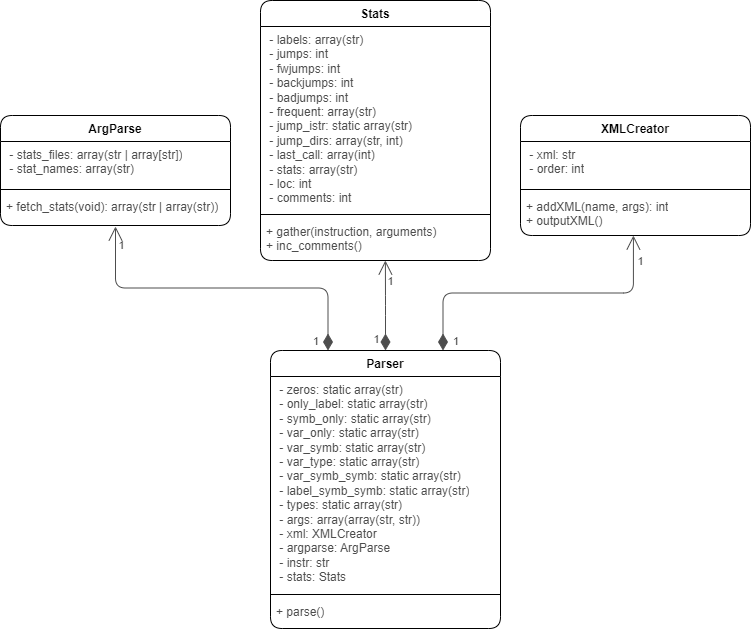
Above: img/IPP1_UML.drawio.png in jkalend/VUT-IPP (draw.io), before the change. Source tidied: cells renumbered, new cells last; positions are measured from the earlier drawing's top-left corner, leaving out a move shared by most shapes. Its diagram source:
```xml
<mxGraphModel>
  <root>
    <mxCell id="0" />
    <mxCell id="1" parent="0" />
    <mxCell id="2" value="ArgParse" style="swimlane;fontStyle=1;align=center;verticalAlign=top;horizontal=1;startSize=26;whiteSpace=wrap;html=1;rounded=1;" parent="1" vertex="1">
      <mxGeometry y="115" width="230" height="110" as="geometry" />
    </mxCell>
    <mxCell id="3" value="&amp;nbsp;- stats_files: array(str | array[str])&lt;br&gt;&amp;nbsp;- stat_names&lt;span style=&quot;background-color: initial;&quot;&gt;: array(str)&lt;/span&gt;" style="text;strokeColor=none;fillColor=none;align=left;verticalAlign=top;spacingLeft=4;spacingRight=4;overflow=hidden;whiteSpace=wrap;html=1;fontColor=#4D4D4D;rounded=1;" parent="2" vertex="1">
      <mxGeometry y="26" width="230" height="44" as="geometry" />
    </mxCell>
    <mxCell id="4" style="line;strokeWidth=1;fillColor=none;align=left;verticalAlign=middle;spacingTop=-1;spacingLeft=3;spacingRight=3;labelPosition=right;strokeColor=inherit;rounded=1;" parent="2" vertex="1">
      <mxGeometry y="70" width="230" height="8" as="geometry" />
    </mxCell>
    <mxCell id="5" value="+ fetch_stats(void): array(str | array(str))" style="text;strokeColor=none;fillColor=none;align=left;verticalAlign=top;spacingLeft=4;spacingRight=4;overflow=hidden;points=[[0,0.5],[1,0.5]];portConstraint=eastwest;whiteSpace=wrap;html=1;fontColor=#4D4D4D;rounded=1;" parent="2" vertex="1">
      <mxGeometry y="78" width="230" height="32" as="geometry" />
    </mxCell>
    <mxCell id="6" value="XMLCreator" style="swimlane;fontStyle=1;align=center;verticalAlign=top;horizontal=1;startSize=26;whiteSpace=wrap;html=1;rounded=1;" parent="1" vertex="1">
      <mxGeometry x="520" y="115" width="230" height="120" as="geometry" />
    </mxCell>
    <mxCell id="7" value="&amp;nbsp;- xml: str&lt;br&gt;&amp;nbsp;- order&lt;span style=&quot;background-color: initial;&quot;&gt;: int&lt;/span&gt;" style="text;strokeColor=none;fillColor=none;align=left;verticalAlign=top;spacingLeft=4;spacingRight=4;overflow=hidden;whiteSpace=wrap;html=1;fontColor=#4D4D4D;rounded=1;" parent="6" vertex="1">
      <mxGeometry y="26" width="230" height="44" as="geometry" />
    </mxCell>
    <mxCell id="8" style="line;strokeWidth=1;fillColor=none;align=left;verticalAlign=middle;spacingTop=-1;spacingLeft=3;spacingRight=3;labelPosition=right;strokeColor=inherit;rounded=1;" parent="6" vertex="1">
      <mxGeometry y="70" width="230" height="8" as="geometry" />
    </mxCell>
    <mxCell id="9" value="+ addXML(name, args): int&lt;br&gt;+ outputXML()" style="text;strokeColor=none;fillColor=none;align=left;verticalAlign=top;spacingLeft=4;spacingRight=4;overflow=hidden;points=[[0,0.5],[1,0.5]];portConstraint=eastwest;whiteSpace=wrap;html=1;fontColor=#4D4D4D;rounded=1;" parent="6" vertex="1">
      <mxGeometry y="78" width="230" height="42" as="geometry" />
    </mxCell>
    <mxCell id="10" value="Stats" style="swimlane;fontStyle=1;align=center;verticalAlign=top;horizontal=1;startSize=26;whiteSpace=wrap;html=1;rounded=1;" parent="1" vertex="1">
      <mxGeometry x="260" width="230" height="260" as="geometry" />
    </mxCell>
    <mxCell id="11" value="&amp;nbsp;- labels: array(str)&lt;br&gt;&amp;nbsp;- jumps&lt;span style=&quot;background-color: initial;&quot;&gt;: int&lt;br&gt;&amp;nbsp;- fwjumps: int&lt;br&gt;&amp;nbsp;- backjumps: int&lt;br&gt;&amp;nbsp;- badjumps: int&lt;br&gt;&amp;nbsp;- frequent: array(str)&lt;br&gt;&amp;nbsp;- jump_istr: static array(str)&lt;br&gt;&amp;nbsp;- jump_dirs: array(str, int)&lt;br&gt;&amp;nbsp;- last_call: array(int)&lt;br&gt;&amp;nbsp;- stats: array(str)&lt;br&gt;&amp;nbsp;- loc: int&lt;br&gt;&amp;nbsp;- comments: int&lt;br&gt;&lt;/span&gt;" style="text;strokeColor=none;fillColor=none;align=left;verticalAlign=top;spacingLeft=4;spacingRight=4;overflow=hidden;whiteSpace=wrap;html=1;fontColor=#4D4D4D;rounded=1;" parent="10" vertex="1">
      <mxGeometry y="26" width="230" height="184" as="geometry" />
    </mxCell>
    <mxCell id="12" style="line;strokeWidth=1;fillColor=none;align=left;verticalAlign=middle;spacingTop=-1;spacingLeft=3;spacingRight=3;labelPosition=right;strokeColor=inherit;rounded=1;" parent="10" vertex="1">
      <mxGeometry y="210" width="230" height="8" as="geometry" />
    </mxCell>
    <mxCell id="13" value="+ gather(instruction, arguments)&amp;nbsp;&lt;br&gt;+ inc_comments()" style="text;strokeColor=none;fillColor=none;align=left;verticalAlign=top;spacingLeft=4;spacingRight=4;overflow=hidden;points=[[0,0.5],[1,0.5]];portConstraint=eastwest;whiteSpace=wrap;html=1;fontColor=#4D4D4D;rounded=1;" parent="10" vertex="1">
      <mxGeometry y="218" width="230" height="42" as="geometry" />
    </mxCell>
    <mxCell id="14" value="Parser" style="swimlane;fontStyle=1;align=center;verticalAlign=top;horizontal=1;startSize=26;whiteSpace=wrap;html=1;rounded=1;" parent="1" vertex="1">
      <mxGeometry x="270" y="350" width="230" height="278" as="geometry" />
    </mxCell>
    <mxCell id="15" value="&amp;nbsp;- zeros: static array(str)&lt;br&gt;&amp;nbsp;- only_label: static array(str)&lt;br&gt;&amp;nbsp;- symb_only: static array(str)&lt;br&gt;&amp;nbsp;- var_only: static array(str)&lt;br&gt;&amp;nbsp;- var_symb: static array(str)&lt;br&gt;&amp;nbsp;- var_type: static array(str)&lt;br&gt;&amp;nbsp;- var_symb_symb: static array(str)&lt;br&gt;&amp;nbsp;- label_symb_symb: static array(str)&lt;br&gt;&amp;nbsp;- types: static array(str)&lt;span style=&quot;background-color: initial;&quot;&gt;&lt;br&gt;&amp;nbsp;- args: array(array(str, str))&lt;br&gt;&amp;nbsp;- xml: XMLCreator&lt;br&gt;&amp;nbsp;- argparse: ArgParse&lt;br&gt;&amp;nbsp;- instr: str&lt;br&gt;&amp;nbsp;- stats: Stats&lt;br&gt;&lt;/span&gt;" style="text;strokeColor=none;fillColor=none;align=left;verticalAlign=top;spacingLeft=4;spacingRight=4;overflow=hidden;whiteSpace=wrap;html=1;fontColor=#4D4D4D;rounded=1;" parent="14" vertex="1">
      <mxGeometry y="26" width="230" height="214" as="geometry" />
    </mxCell>
    <mxCell id="16" style="line;strokeWidth=1;fillColor=none;align=left;verticalAlign=middle;spacingTop=-1;spacingLeft=3;spacingRight=3;labelPosition=right;strokeColor=inherit;rounded=1;" parent="14" vertex="1">
      <mxGeometry y="240" width="230" height="8" as="geometry" />
    </mxCell>
    <mxCell id="17" value="+ parse()" style="text;strokeColor=none;fillColor=none;align=left;verticalAlign=top;spacingLeft=4;spacingRight=4;overflow=hidden;whiteSpace=wrap;html=1;fontColor=#4D4D4D;rounded=1;" parent="14" vertex="1">
      <mxGeometry y="248" width="230" height="30" as="geometry" />
    </mxCell>
    <mxCell id="18" style="endArrow=open;html=1;endSize=12;startArrow=diamondThin;startSize=14;startFill=1;edgeStyle=orthogonalEdgeStyle;align=left;verticalAlign=bottom;rounded=1;exitX=0.5;exitY=0;exitDx=0;exitDy=0;entryX=0.543;entryY=1;entryDx=0;entryDy=0;entryPerimeter=0;fontColor=#4D4D4D;strokeColor=#4D4D4D;" parent="1" edge="1" source="14" target="13">
      <mxGeometry x="-0.78" y="25" relative="1" as="geometry" />
    </mxCell>
    <mxCell id="19" value="1" style="edgeLabel;html=1;align=center;verticalAlign=middle;rounded=1;labelBackgroundColor=none;fontColor=#4D4D4D;" parent="18" vertex="1">
      <mxGeometry x="-0.73" y="1" relative="1" as="geometry">
        <mxPoint x="-9" as="offset" />
      </mxGeometry>
    </mxCell>
    <mxCell id="20" value="1" style="edgeLabel;html=1;align=center;verticalAlign=middle;rounded=1;labelBackgroundColor=none;fontColor=#4D4D4D;" parent="18" vertex="1">
      <mxGeometry x="0.73" y="-1" relative="1" as="geometry">
        <mxPoint x="4" y="8" as="offset" />
      </mxGeometry>
    </mxCell>
    <mxCell id="21" value="1" style="endArrow=open;html=1;endSize=12;startArrow=diamondThin;startSize=14;startFill=1;edgeStyle=orthogonalEdgeStyle;align=left;verticalAlign=bottom;rounded=1;exitX=0.75;exitY=0;exitDx=0;exitDy=0;entryX=0.491;entryY=1;entryDx=0;entryDy=0;entryPerimeter=0;fontColor=#4D4D4D;strokeColor=#4D4D4D;labelBackgroundColor=none;" parent="1" edge="1" source="14" target="9">
      <mxGeometry x="-1" y="-7" relative="1" as="geometry">
        <mxPoint x="1" as="offset" />
      </mxGeometry>
    </mxCell>
    <mxCell id="22" value="1" style="edgeLabel;html=1;align=center;verticalAlign=middle;rounded=1;labelBackgroundColor=none;fontColor=#4D4D4D;" parent="21" vertex="1">
      <mxGeometry x="0.91" y="-1" relative="1" as="geometry">
        <mxPoint x="6" y="11" as="offset" />
      </mxGeometry>
    </mxCell>
    <mxCell id="23" value="1" style="endArrow=open;html=1;endSize=12;startArrow=diamondThin;startSize=14;startFill=1;edgeStyle=orthogonalEdgeStyle;align=left;verticalAlign=bottom;rounded=1;exitX=0.25;exitY=0;exitDx=0;exitDy=0;entryX=0.5;entryY=1.031;entryDx=0;entryDy=0;entryPerimeter=0;fontColor=#4D4D4D;strokeColor=#4D4D4D;labelBackgroundColor=none;" parent="1" edge="1" source="14" target="5">
      <mxGeometry x="-1" y="18" relative="1" as="geometry">
        <mxPoint x="1" as="offset" />
      </mxGeometry>
    </mxCell>
    <mxCell id="24" value="1" style="edgeLabel;html=1;align=center;verticalAlign=middle;rounded=1;labelBackgroundColor=none;fontColor=#4D4D4D;" parent="23" vertex="1">
      <mxGeometry x="0.89" y="-2" relative="1" as="geometry">
        <mxPoint x="3" y="1" as="offset" />
      </mxGeometry>
    </mxCell>
  </root>
</mxGraphModel>
```
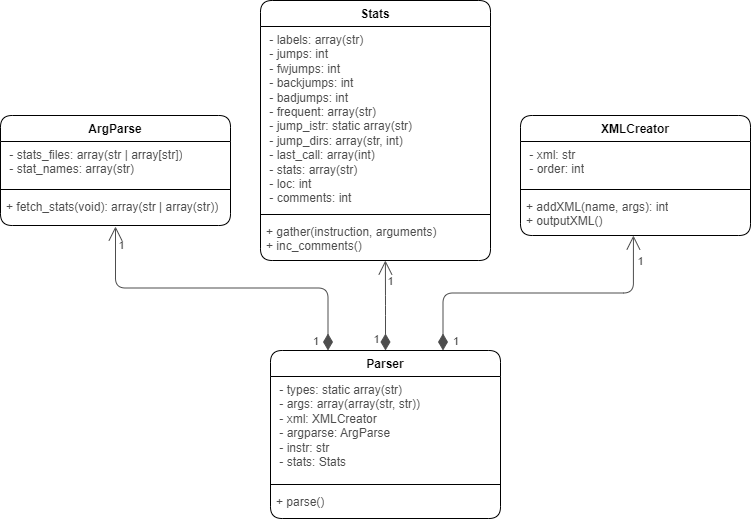
Later version of the same file.

Diff of the diagram source:
```diff
@@ -39,16 +39,16 @@
       <mxGeometry y="218" width="230" height="42" as="geometry" />
     </mxCell>
     <mxCell id="14" value="Parser" style="swimlane;fontStyle=1;align=center;verticalAlign=top;horizontal=1;startSize=26;whiteSpace=wrap;html=1;rounded=1;" parent="1" vertex="1">
-      <mxGeometry x="270" y="350" width="230" height="278" as="geometry" />
+      <mxGeometry x="270" y="350" width="230" height="168" as="geometry" />
     </mxCell>
-    <mxCell id="15" value="&amp;nbsp;- zeros: static array(str)&lt;br&gt;&amp;nbsp;- only_label: static array(str)&lt;br&gt;&amp;nbsp;- symb_only: static array(str)&lt;br&gt;&amp;nbsp;- var_only: static array(str)&lt;br&gt;&amp;nbsp;- var_symb: static array(str)&lt;br&gt;&amp;nbsp;- var_type: static array(str)&lt;br&gt;&amp;nbsp;- var_symb_symb: static array(str)&lt;br&gt;&amp;nbsp;- label_symb_symb: static array(str)&lt;br&gt;&amp;nbsp;- types: static array(str)&lt;span style=&quot;background-color: initial;&quot;&gt;&lt;br&gt;&amp;nbsp;- args: array(array(str, str))&lt;br&gt;&amp;nbsp;- xml: XMLCreator&lt;br&gt;&amp;nbsp;- argparse: ArgParse&lt;br&gt;&amp;nbsp;- instr: str&lt;br&gt;&amp;nbsp;- stats: Stats&lt;br&gt;&lt;/span&gt;" style="text;strokeColor=none;fillColor=none;align=left;verticalAlign=top;spacingLeft=4;spacingRight=4;overflow=hidden;whiteSpace=wrap;html=1;fontColor=#4D4D4D;rounded=1;" parent="14" vertex="1">
-      <mxGeometry y="26" width="230" height="214" as="geometry" />
+    <mxCell id="15" value="&amp;nbsp;- types: static array(str)&lt;span style=&quot;background-color: initial;&quot;&gt;&lt;br&gt;&amp;nbsp;- args: array(array(str, str))&lt;br&gt;&amp;nbsp;- xml: XMLCreator&lt;br&gt;&amp;nbsp;- argparse: ArgParse&lt;br&gt;&amp;nbsp;- instr: str&lt;br&gt;&amp;nbsp;- stats: Stats&lt;br&gt;&lt;/span&gt;" style="text;strokeColor=none;fillColor=none;align=left;verticalAlign=top;spacingLeft=4;spacingRight=4;overflow=hidden;whiteSpace=wrap;html=1;fontColor=#4D4D4D;rounded=1;" parent="14" vertex="1">
+      <mxGeometry y="26" width="230" height="104" as="geometry" />
     </mxCell>
     <mxCell id="16" style="line;strokeWidth=1;fillColor=none;align=left;verticalAlign=middle;spacingTop=-1;spacingLeft=3;spacingRight=3;labelPosition=right;strokeColor=inherit;rounded=1;" parent="14" vertex="1">
-      <mxGeometry y="240" width="230" height="8" as="geometry" />
+      <mxGeometry y="130" width="230" height="8" as="geometry" />
     </mxCell>
     <mxCell id="17" value="+ parse()" style="text;strokeColor=none;fillColor=none;align=left;verticalAlign=top;spacingLeft=4;spacingRight=4;overflow=hidden;whiteSpace=wrap;html=1;fontColor=#4D4D4D;rounded=1;" parent="14" vertex="1">
-      <mxGeometry y="248" width="230" height="30" as="geometry" />
+      <mxGeometry y="138" width="230" height="30" as="geometry" />
     </mxCell>
     <mxCell id="18" style="endArrow=open;html=1;endSize=12;startArrow=diamondThin;startSize=14;startFill=1;edgeStyle=orthogonalEdgeStyle;align=left;verticalAlign=bottom;rounded=1;exitX=0.5;exitY=0;exitDx=0;exitDy=0;entryX=0.543;entryY=1;entryDx=0;entryDy=0;entryPerimeter=0;fontColor=#4D4D4D;strokeColor=#4D4D4D;" parent="1" edge="1" source="14" target="13">
       <mxGeometry x="-0.78" y="25" relative="1" as="geometry" />
```
